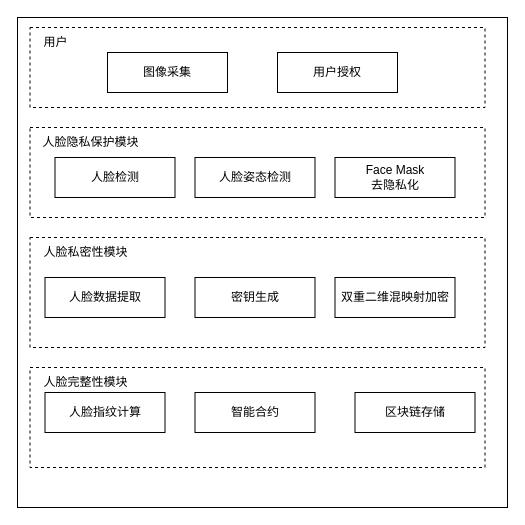
The draw.io diagram page "总体架构" (1 of 5) of imgs/facechain.drawio in FadingLight9291117/draw.io, before the edit. Source tidied: cells renumbered, new cells numbered last; positions are measured from the earlier drawing's top-left corner, leaving out a move shared by most shapes. Both pictures are drawn from the tidied source at 100%, with x=0, y=0 at pixel (17, 17).
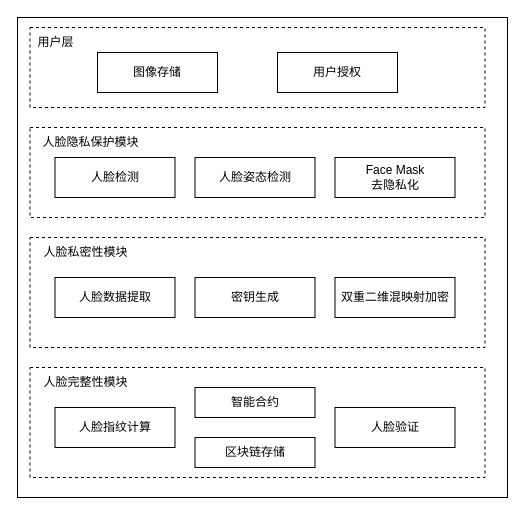
The same page after the edit.

The edit, as a diff of the source:
```diff
@@
     <mxCell id="2" style="rounded=0;whiteSpace=wrap;html=1;fillColor=none;" parent="1" vertex="1">
-      <mxGeometry width="490" height="490" as="geometry" />
+      <mxGeometry width="490" height="480" as="geometry" />
     </mxCell>
     <mxCell id="3" style="rounded=0;whiteSpace=wrap;html=1;fillColor=none;dashed=1;" parent="1" vertex="1">
-      <mxGeometry x="12.5" y="350" width="455" height="100" as="geometry" />
+      <mxGeometry x="12.5" y="350" width="455" height="110" as="geometry" />
     </mxCell>
@@
-    <mxCell id="7" value="图像采集" style="rounded=0;whiteSpace=wrap;html=1;fontSize=12;glass=0;strokeWidth=1;shadow=0;" parent="1" vertex="1">
-      <mxGeometry x="90" y="35" width="120" height="40" as="geometry" />
+    <mxCell id="7" value="图像存储" style="rounded=0;whiteSpace=wrap;html=1;fontSize=12;glass=0;strokeWidth=1;shadow=0;" parent="1" vertex="1">
+      <mxGeometry x="80" y="35" width="120" height="40" as="geometry" />
     </mxCell>
-    <mxCell id="8" value="用户" style="text;html=1;align=center;verticalAlign=middle;strokeColor=none;fillColor=none;" parent="1" vertex="1">
-      <mxGeometry x="12.5" y="10" width="50" height="30" as="geometry" />
+    <mxCell id="8" value="用户层" style="text;html=1;align=center;verticalAlign=middle;strokeColor=none;fillColor=none;" parent="1" vertex="1">
+      <mxGeometry x="7.5" y="10" width="60" height="30" as="geometry" />
     </mxCell>
@@
     <mxCell id="11" value="人脸数据提取" style="rounded=0;whiteSpace=wrap;html=1;fillColor=default;" parent="1" vertex="1">
-      <mxGeometry x="27.5" y="260" width="120" height="40" as="geometry" />
+      <mxGeometry x="37.5" y="260" width="120" height="40" as="geometry" />
     </mxCell>
@@
     <mxCell id="14" value="人脸指纹计算" style="rounded=0;whiteSpace=wrap;html=1;fillColor=default;" parent="1" vertex="1">
-      <mxGeometry x="27.5" y="375" width="120" height="40" as="geometry" />
+      <mxGeometry x="37.5" y="390" width="120" height="40" as="geometry" />
     </mxCell>
     <mxCell id="15" value="区块链存储" style="rounded=0;whiteSpace=wrap;html=1;fillColor=default;" parent="1" vertex="1">
-      <mxGeometry x="337.5" y="375" width="120" height="40" as="geometry" />
+      <mxGeometry x="177.5" y="420" width="120" height="30" as="geometry" />
     </mxCell>
@@
     <mxCell id="21" value="智能合约" style="rounded=0;whiteSpace=wrap;html=1;fillColor=default;" parent="1" vertex="1">
-      <mxGeometry x="177.5" y="375" width="120" height="40" as="geometry" />
+      <mxGeometry x="177.5" y="370" width="120" height="30" as="geometry" />
     </mxCell>
+    <mxCell id="22" value="人脸验证" style="rounded=0;whiteSpace=wrap;html=1;fillColor=default;" parent="1" vertex="1">
+      <mxGeometry x="317.5" y="390" width="120" height="40" as="geometry" />
+    </mxCell>
```
